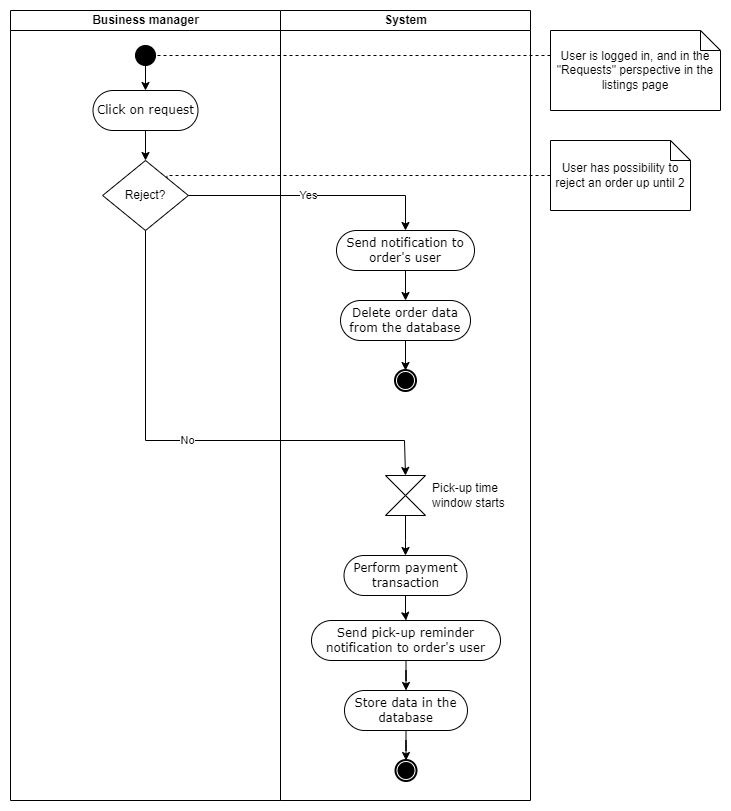
Before: Diagrams/Activity_diagrams/Business manager evaluates order.png, a diagram exported from draw.io (VBashari/Goods-Donation-Application). Source tidied: cells renumbered, new cells last; positions are measured from the earlier drawing's top-left corner, leaving out a move shared by most shapes. The source it was exported from:
```xml
<mxGraphModel>
  <root>
    <mxCell id="0" />
    <mxCell id="1" parent="0" />
    <mxCell id="2" value="Business manager" style="swimlane;html=1;startSize=20;" parent="1" vertex="1">
      <mxGeometry width="270" height="790" as="geometry" />
    </mxCell>
    <mxCell id="3" style="ellipse;whiteSpace=wrap;html=1;rounded=0;shadow=0;comic=0;labelBackgroundColor=none;strokeWidth=1;fillColor=#000000;fontFamily=Verdana;fontSize=12;align=center;" parent="2" vertex="1">
      <mxGeometry x="125" y="35" width="20" height="20" as="geometry" />
    </mxCell>
    <mxCell id="4" style="edgeStyle=orthogonalEdgeStyle;rounded=0;jettySize=auto;html=1;entryX=0.5;entryY=0;entryDx=0;entryDy=0;exitX=0;exitY=1;exitDx=0;exitDy=0;" parent="2" edge="1" source="3" target="6">
      <mxGeometry relative="1" as="geometry">
        <Array as="points">
          <mxPoint x="135" y="52" />
        </Array>
      </mxGeometry>
    </mxCell>
    <mxCell id="5" style="edgeStyle=orthogonalEdgeStyle;rounded=0;jettySize=auto;html=1;entryX=0.5;entryY=0;entryDx=0;entryDy=0;" parent="2" edge="1" source="6" target="7">
      <mxGeometry relative="1" as="geometry" />
    </mxCell>
    <mxCell id="6" value="Click on request" style="rounded=1;whiteSpace=wrap;html=1;shadow=0;comic=0;labelBackgroundColor=none;strokeWidth=1;fontFamily=Verdana;fontSize=12;align=center;arcSize=50;" parent="2" vertex="1">
      <mxGeometry x="82.5" y="80" width="105" height="40" as="geometry" />
    </mxCell>
    <mxCell id="7" value="Reject?" style="rhombus;whiteSpace=wrap;html=1;" parent="2" vertex="1">
      <mxGeometry x="92.1" y="150" width="85.8" height="70" as="geometry" />
    </mxCell>
    <mxCell id="8" value="System" style="swimlane;html=1;startSize=20;" parent="1" vertex="1">
      <mxGeometry x="270" width="250" height="790" as="geometry" />
    </mxCell>
    <mxCell id="9" style="edgeStyle=orthogonalEdgeStyle;rounded=0;jettySize=auto;html=1;" parent="8" edge="1" source="10" target="12">
      <mxGeometry relative="1" as="geometry" />
    </mxCell>
    <mxCell id="10" value="Send notification to order's user" style="rounded=1;whiteSpace=wrap;html=1;shadow=0;comic=0;labelBackgroundColor=none;strokeWidth=1;fontFamily=Verdana;fontSize=12;align=center;arcSize=50;" parent="8" vertex="1">
      <mxGeometry x="56" y="220" width="138" height="40" as="geometry" />
    </mxCell>
    <mxCell id="11" style="edgeStyle=orthogonalEdgeStyle;rounded=0;jettySize=auto;html=1;entryX=0.5;entryY=0;entryDx=0;entryDy=0;" parent="8" edge="1" source="12" target="13">
      <mxGeometry relative="1" as="geometry" />
    </mxCell>
    <mxCell id="12" value="Delete order data from the database" style="rounded=1;whiteSpace=wrap;html=1;shadow=0;comic=0;labelBackgroundColor=none;strokeWidth=1;fontFamily=Verdana;fontSize=12;align=center;arcSize=50;" parent="8" vertex="1">
      <mxGeometry x="60" y="290" width="130" height="40" as="geometry" />
    </mxCell>
    <mxCell id="13" style="shape=mxgraph.bpmn.shape;html=1;verticalLabelPosition=bottom;labelBackgroundColor=#ffffff;verticalAlign=top;perimeter=ellipsePerimeter;outline=end;symbol=terminate;rounded=0;shadow=0;comic=0;strokeWidth=1;fontFamily=Verdana;fontSize=12;align=center;" parent="8" vertex="1">
      <mxGeometry x="115" y="360" width="20" height="20" as="geometry" />
    </mxCell>
    <mxCell id="14" style="edgeStyle=orthogonalEdgeStyle;rounded=0;jettySize=auto;html=1;" parent="8" edge="1" source="15" target="18">
      <mxGeometry relative="1" as="geometry" />
    </mxCell>
    <mxCell id="15" value="Perform payment transaction" style="rounded=1;whiteSpace=wrap;html=1;shadow=0;comic=0;labelBackgroundColor=none;strokeWidth=1;fontFamily=Verdana;fontSize=12;align=center;arcSize=50;" parent="8" vertex="1">
      <mxGeometry x="63.5" y="545" width="123" height="40" as="geometry" />
    </mxCell>
    <mxCell id="16" value="Pick-up time&lt;br&gt;window starts" style="shape=collate;verticalAlign=middle;labelPosition=right;verticalLabelPosition=middle;align=left;spacingLeft=5;html=1;" parent="8" vertex="1">
      <mxGeometry x="105" y="465" width="40" height="40" as="geometry" />
    </mxCell>
    <mxCell id="17" style="edgeStyle=orthogonalEdgeStyle;rounded=0;jettySize=auto;html=1;" parent="8" edge="1" source="16" target="15">
      <mxGeometry relative="1" as="geometry">
        <Array as="points">
          <mxPoint x="125" y="530" />
          <mxPoint x="125" y="530" />
        </Array>
      </mxGeometry>
    </mxCell>
    <mxCell id="18" value="Send pick-up reminder notification to order's user" style="rounded=1;whiteSpace=wrap;html=1;shadow=0;comic=0;labelBackgroundColor=none;strokeWidth=1;fontFamily=Verdana;fontSize=12;align=center;arcSize=50;" parent="8" vertex="1">
      <mxGeometry x="31" y="610" width="189" height="40" as="geometry" />
    </mxCell>
    <mxCell id="19" value="Store data in the database" style="rounded=1;whiteSpace=wrap;html=1;shadow=0;comic=0;labelBackgroundColor=none;strokeWidth=1;fontFamily=Verdana;fontSize=12;align=center;arcSize=50;" parent="8" vertex="1">
      <mxGeometry x="64" y="680" width="123" height="40" as="geometry" />
    </mxCell>
    <mxCell id="20" style="edgeStyle=orthogonalEdgeStyle;rounded=0;jettySize=auto;html=1;entryX=0.5;entryY=0;entryDx=0;entryDy=0;" parent="8" edge="1" source="18" target="19">
      <mxGeometry relative="1" as="geometry" />
    </mxCell>
    <mxCell id="21" style="shape=mxgraph.bpmn.shape;html=1;verticalLabelPosition=bottom;labelBackgroundColor=#ffffff;verticalAlign=top;perimeter=ellipsePerimeter;outline=end;symbol=terminate;rounded=0;shadow=0;comic=0;strokeWidth=1;fontFamily=Verdana;fontSize=12;align=center;" parent="8" vertex="1">
      <mxGeometry x="115.5" y="750" width="20" height="20" as="geometry" />
    </mxCell>
    <mxCell id="22" style="edgeStyle=orthogonalEdgeStyle;rounded=0;jettySize=auto;html=1;" parent="8" edge="1" source="19" target="21">
      <mxGeometry relative="1" as="geometry" />
    </mxCell>
    <mxCell id="23" style="edgeStyle=orthogonalEdgeStyle;rounded=0;jettySize=auto;html=1;entryX=1;entryY=0.5;entryDx=0;entryDy=0;endArrow=none;endFill=0;dashed=1;" parent="1" edge="1" source="24" target="3">
      <mxGeometry relative="1" as="geometry">
        <Array as="points">
          <mxPoint x="440" y="45" />
          <mxPoint x="440" y="45" />
        </Array>
      </mxGeometry>
    </mxCell>
    <mxCell id="24" value="User is logged in, and in the &quot;Requests&quot; perspective in the listings page" style="shape=note;size=20;whiteSpace=wrap;html=1;" parent="1" vertex="1">
      <mxGeometry x="540" y="20" width="170" height="80" as="geometry" />
    </mxCell>
    <mxCell id="25" style="edgeStyle=orthogonalEdgeStyle;rounded=0;jettySize=auto;html=1;entryX=0.5;entryY=0;entryDx=0;entryDy=0;" parent="1" edge="1" source="7" target="10">
      <mxGeometry relative="1" as="geometry" />
    </mxCell>
    <mxCell id="26" value="Yes" style="edgeLabel;html=1;align=center;verticalAlign=middle;" parent="25" vertex="1">
      <mxGeometry x="-0.05" y="1" relative="1" as="geometry" />
    </mxCell>
    <mxCell id="27" style="edgeStyle=orthogonalEdgeStyle;rounded=0;jettySize=auto;html=1;entryX=1;entryY=0;entryDx=0;entryDy=0;dashed=1;endArrow=none;endFill=0;" parent="1" edge="1" source="28" target="7">
      <mxGeometry relative="1" as="geometry">
        <Array as="points">
          <mxPoint x="156" y="165" />
        </Array>
      </mxGeometry>
    </mxCell>
    <mxCell id="28" value="User has possibility to reject an order up until 2" style="shape=note;size=20;whiteSpace=wrap;html=1;" parent="1" vertex="1">
      <mxGeometry x="540" y="130" width="140" height="70" as="geometry" />
    </mxCell>
    <mxCell id="29" value="No" style="edgeStyle=orthogonalEdgeStyle;rounded=0;jettySize=auto;html=1;endArrow=classic;endFill=1;entryX=0.5;entryY=0;entryDx=0;entryDy=0;" parent="1" edge="1" source="7" target="16">
      <mxGeometry relative="1" as="geometry">
        <Array as="points">
          <mxPoint x="135" y="430" />
          <mxPoint x="394" y="430" />
        </Array>
      </mxGeometry>
    </mxCell>
  </root>
</mxGraphModel>
```
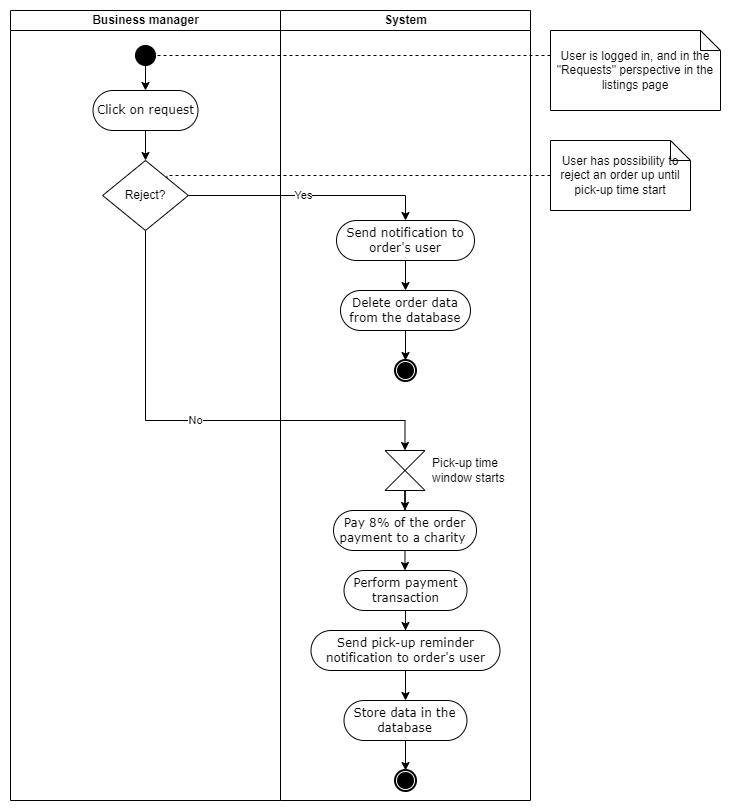
After the commit.

What changed in the source:
```diff
@@ -31,49 +31,50 @@
       <mxGeometry relative="1" as="geometry" />
     </mxCell>
     <mxCell id="10" value="Send notification to order's user" style="rounded=1;whiteSpace=wrap;html=1;shadow=0;comic=0;labelBackgroundColor=none;strokeWidth=1;fontFamily=Verdana;fontSize=12;align=center;arcSize=50;" parent="8" vertex="1">
-      <mxGeometry x="56" y="220" width="138" height="40" as="geometry" />
+      <mxGeometry x="56" y="210" width="138" height="40" as="geometry" />
     </mxCell>
     <mxCell id="11" style="edgeStyle=orthogonalEdgeStyle;rounded=0;jettySize=auto;html=1;entryX=0.5;entryY=0;entryDx=0;entryDy=0;" parent="8" edge="1" source="12" target="13">
       <mxGeometry relative="1" as="geometry" />
     </mxCell>
     <mxCell id="12" value="Delete order data from the database" style="rounded=1;whiteSpace=wrap;html=1;shadow=0;comic=0;labelBackgroundColor=none;strokeWidth=1;fontFamily=Verdana;fontSize=12;align=center;arcSize=50;" parent="8" vertex="1">
-      <mxGeometry x="60" y="290" width="130" height="40" as="geometry" />
+      <mxGeometry x="60" y="280" width="130" height="40" as="geometry" />
     </mxCell>
     <mxCell id="13" style="shape=mxgraph.bpmn.shape;html=1;verticalLabelPosition=bottom;labelBackgroundColor=#ffffff;verticalAlign=top;perimeter=ellipsePerimeter;outline=end;symbol=terminate;rounded=0;shadow=0;comic=0;strokeWidth=1;fontFamily=Verdana;fontSize=12;align=center;" parent="8" vertex="1">
-      <mxGeometry x="115" y="360" width="20" height="20" as="geometry" />
+      <mxGeometry x="115" y="350" width="20" height="20" as="geometry" />
     </mxCell>
     <mxCell id="14" style="edgeStyle=orthogonalEdgeStyle;rounded=0;jettySize=auto;html=1;" parent="8" edge="1" source="15" target="18">
       <mxGeometry relative="1" as="geometry" />
     </mxCell>
     <mxCell id="15" value="Perform payment transaction" style="rounded=1;whiteSpace=wrap;html=1;shadow=0;comic=0;labelBackgroundColor=none;strokeWidth=1;fontFamily=Verdana;fontSize=12;align=center;arcSize=50;" parent="8" vertex="1">
-      <mxGeometry x="63.5" y="545" width="123" height="40" as="geometry" />
+      <mxGeometry x="63.5" y="560" width="123" height="40" as="geometry" />
     </mxCell>
+    <mxCell id="30" style="edgeStyle=orthogonalEdgeStyle;rounded=0;jettySize=auto;html=1;entryX=0.5;entryY=0;entryDx=0;entryDy=0;" parent="8" edge="1" source="16" target="32">
+      <mxGeometry relative="1" as="geometry" />
+    </mxCell>
     <mxCell id="16" value="Pick-up time&lt;br&gt;window starts" style="shape=collate;verticalAlign=middle;labelPosition=right;verticalLabelPosition=middle;align=left;spacingLeft=5;html=1;" parent="8" vertex="1">
-      <mxGeometry x="105" y="465" width="40" height="40" as="geometry" />
+      <mxGeometry x="104.5" y="440" width="40" height="40" as="geometry" />
     </mxCell>
-    <mxCell id="17" style="edgeStyle=orthogonalEdgeStyle;rounded=0;jettySize=auto;html=1;" parent="8" edge="1" source="16" target="15">
-      <mxGeometry relative="1" as="geometry">
-        <Array as="points">
-          <mxPoint x="125" y="530" />
-          <mxPoint x="125" y="530" />
-        </Array>
-      </mxGeometry>
-    </mxCell>
     <mxCell id="18" value="Send pick-up reminder notification to order's user" style="rounded=1;whiteSpace=wrap;html=1;shadow=0;comic=0;labelBackgroundColor=none;strokeWidth=1;fontFamily=Verdana;fontSize=12;align=center;arcSize=50;" parent="8" vertex="1">
-      <mxGeometry x="31" y="610" width="189" height="40" as="geometry" />
+      <mxGeometry x="30.5" y="620" width="189" height="40" as="geometry" />
     </mxCell>
     <mxCell id="19" value="Store data in the database" style="rounded=1;whiteSpace=wrap;html=1;shadow=0;comic=0;labelBackgroundColor=none;strokeWidth=1;fontFamily=Verdana;fontSize=12;align=center;arcSize=50;" parent="8" vertex="1">
-      <mxGeometry x="64" y="680" width="123" height="40" as="geometry" />
+      <mxGeometry x="63.5" y="690" width="123" height="40" as="geometry" />
     </mxCell>
     <mxCell id="20" style="edgeStyle=orthogonalEdgeStyle;rounded=0;jettySize=auto;html=1;entryX=0.5;entryY=0;entryDx=0;entryDy=0;" parent="8" edge="1" source="18" target="19">
       <mxGeometry relative="1" as="geometry" />
     </mxCell>
     <mxCell id="21" style="shape=mxgraph.bpmn.shape;html=1;verticalLabelPosition=bottom;labelBackgroundColor=#ffffff;verticalAlign=top;perimeter=ellipsePerimeter;outline=end;symbol=terminate;rounded=0;shadow=0;comic=0;strokeWidth=1;fontFamily=Verdana;fontSize=12;align=center;" parent="8" vertex="1">
-      <mxGeometry x="115.5" y="750" width="20" height="20" as="geometry" />
+      <mxGeometry x="115" y="760" width="20" height="20" as="geometry" />
     </mxCell>
     <mxCell id="22" style="edgeStyle=orthogonalEdgeStyle;rounded=0;jettySize=auto;html=1;" parent="8" edge="1" source="19" target="21">
       <mxGeometry relative="1" as="geometry" />
     </mxCell>
+    <mxCell id="31" style="edgeStyle=orthogonalEdgeStyle;rounded=0;jettySize=auto;html=1;entryX=0.5;entryY=0;entryDx=0;entryDy=0;" parent="8" edge="1" source="32" target="15">
+      <mxGeometry relative="1" as="geometry" />
+    </mxCell>
+    <mxCell id="32" value="Pay 8% of the order payment to a charity&amp;nbsp;" style="rounded=1;whiteSpace=wrap;html=1;shadow=0;comic=0;labelBackgroundColor=none;strokeWidth=1;fontFamily=Verdana;fontSize=12;align=center;arcSize=50;" parent="8" vertex="1">
+      <mxGeometry x="53" y="500" width="143" height="40" as="geometry" />
+    </mxCell>
     <mxCell id="23" style="edgeStyle=orthogonalEdgeStyle;rounded=0;jettySize=auto;html=1;entryX=1;entryY=0.5;entryDx=0;entryDy=0;endArrow=none;endFill=0;dashed=1;" parent="1" edge="1" source="24" target="3">
       <mxGeometry relative="1" as="geometry">
         <Array as="points">
@@ -98,14 +99,14 @@
         </Array>
       </mxGeometry>
     </mxCell>
-    <mxCell id="28" value="User has possibility to reject an order up until 2" style="shape=note;size=20;whiteSpace=wrap;html=1;" parent="1" vertex="1">
+    <mxCell id="28" value="User has possibility to reject an order up until pick-up time start" style="shape=note;size=20;whiteSpace=wrap;html=1;" parent="1" vertex="1">
       <mxGeometry x="540" y="130" width="140" height="70" as="geometry" />
     </mxCell>
     <mxCell id="29" value="No" style="edgeStyle=orthogonalEdgeStyle;rounded=0;jettySize=auto;html=1;endArrow=classic;endFill=1;entryX=0.5;entryY=0;entryDx=0;entryDy=0;" parent="1" edge="1" source="7" target="16">
       <mxGeometry relative="1" as="geometry">
         <Array as="points">
-          <mxPoint x="135" y="430" />
-          <mxPoint x="394" y="430" />
+          <mxPoint x="135" y="410" />
+          <mxPoint x="395" y="410" />
         </Array>
       </mxGeometry>
     </mxCell>
```
